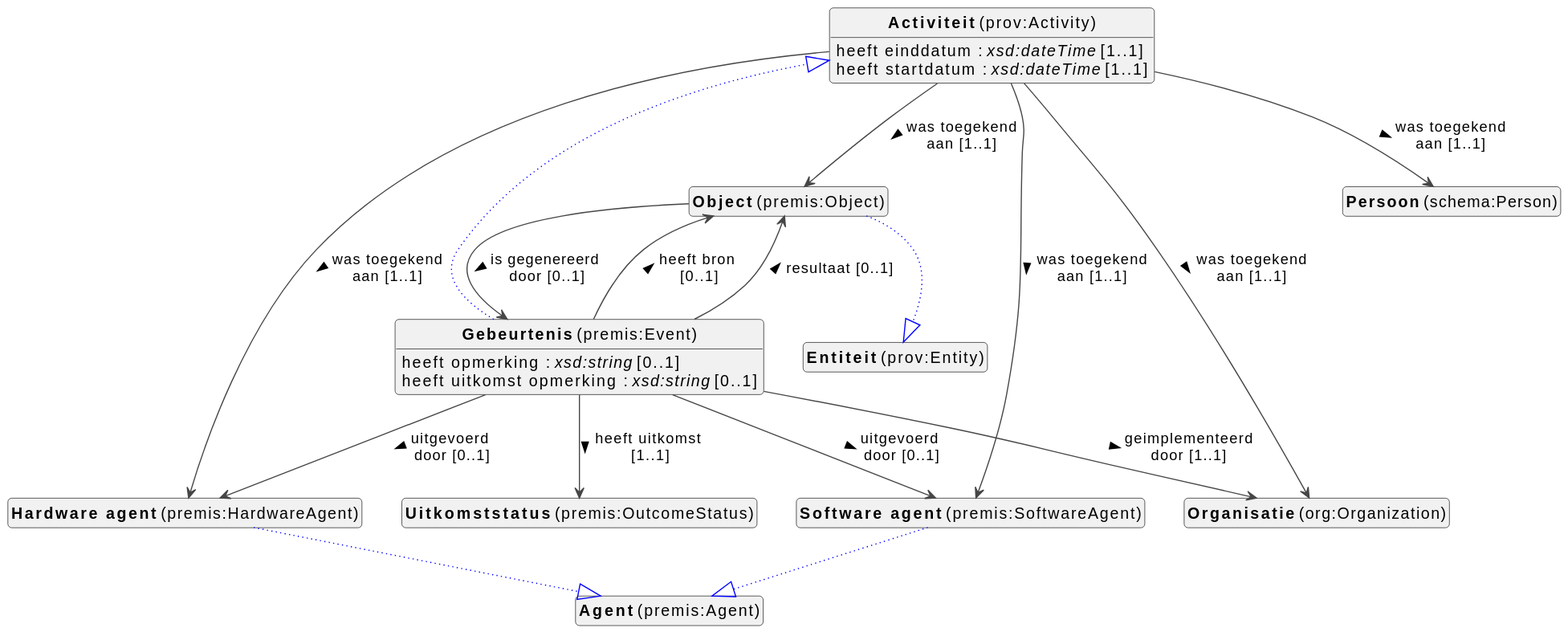
viaacode/documentation-jekyll keeps this PlantUML diagram as docs/metadata/modellen/0.0.1/events/nl/events-diagram.svg. Above is the earlier version.
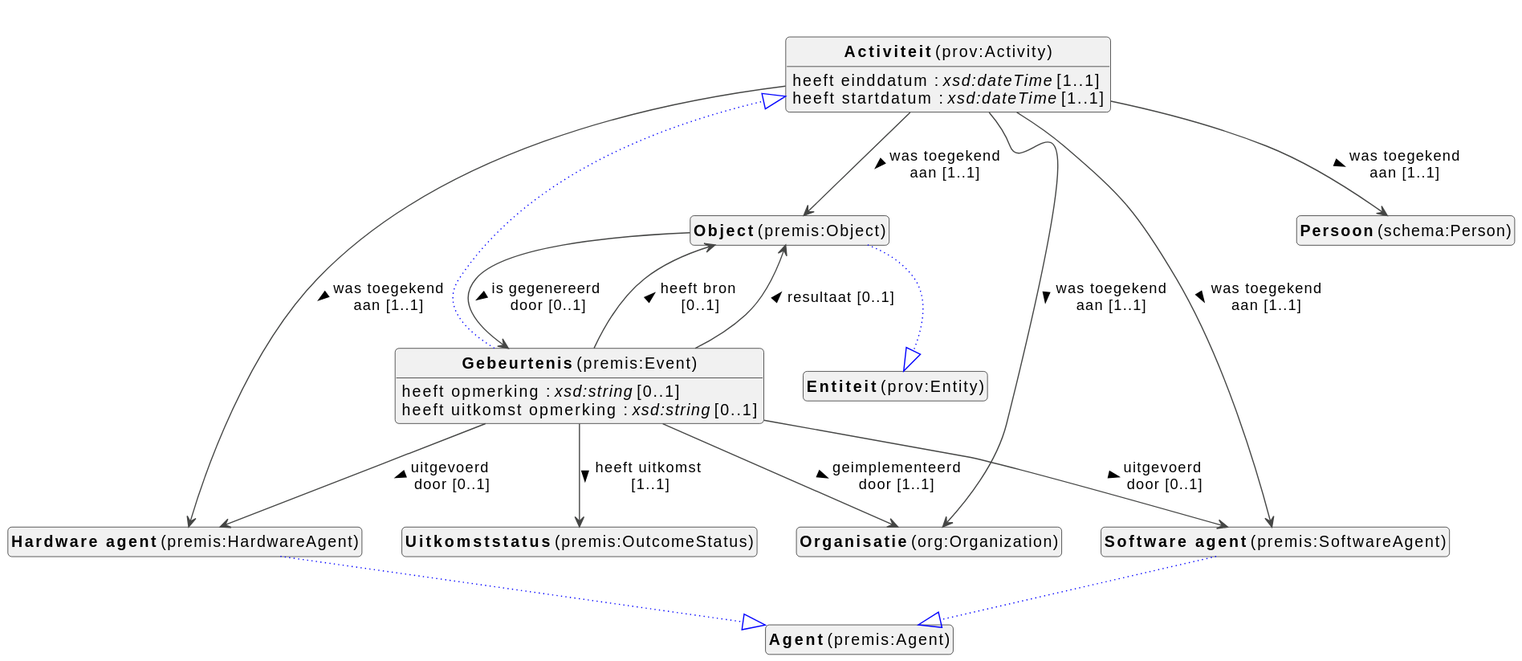
Above is the later version.

The edit, as a diff of the source:
```diff
@@ -14,12 +14,12 @@
 class "<b>Object</b> (premis:Object)" as premis_Object [[#premis%3AObject]]
 class "<b>Entiteit</b> (prov:Entity)" as prov_Entity [[#prov%3AEntity]]
 class "<b>Uitkomststatus</b> (premis:OutcomeStatus)" as premis_OutcomeStatus [[#premis%3AOutcomeStatus]]
-class "<b>Organisatie</b> (org:Organization)" as org_Organization [[#org%3AOrganization]]
+class "<b>Software agent</b> (premis:SoftwareAgent)" as premis_SoftwareAgent [[#premis%3ASoftwareAgent]]
+class "<b>Agent</b> (premis:Agent)" as premis_Agent [[#premis%3AAgent]]
 class "<b>Hardware agent</b> (premis:HardwareAgent)" as premis_HardwareAgent [[#premis%3AHardwareAgent]]
 class "<b>Agent</b> (premis:Agent)" as premis_Agent [[#premis%3AAgent]]
 class "<b>Persoon</b> (schema:Person)" as schema_Person [[#schema%3APerson]]
-class "<b>Software agent</b> (premis:SoftwareAgent)" as premis_SoftwareAgent [[#premis%3ASoftwareAgent]]
-class "<b>Agent</b> (premis:Agent)" as premis_Agent [[#premis%3AAgent]]
+class "<b>Organisatie</b> (org:Organization)" as org_Organization [[#org%3AOrganization]]
 
 
 prov_Activity : heeft einddatum : <i>xsd:dateTime</i> [1..1]
@@ -59,6 +59,7 @@
 
 
 
+premis_SoftwareAgent --|> premis_Agent #blue;line.dotted;text:blue
 
 
 premis_HardwareAgent --|> premis_Agent #blue;line.dotted;text:blue
@@ -66,7 +67,6 @@
 
 
 
-premis_SoftwareAgent --|> premis_Agent #blue;line.dotted;text:blue
 
 
 
```
